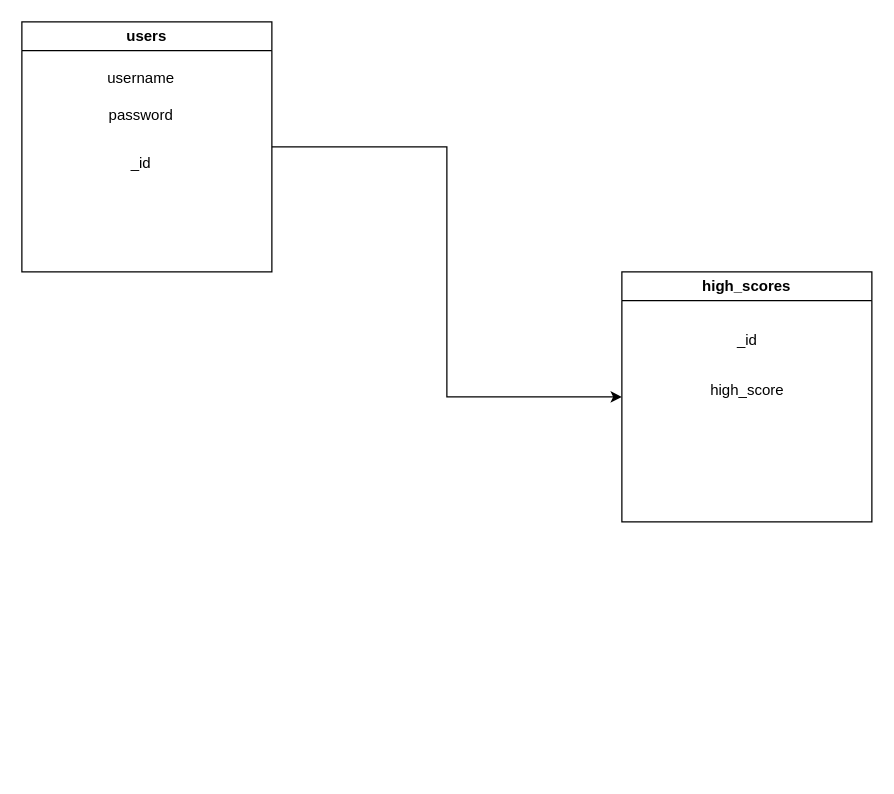
jlk31/CS-NEA keeps this draw.io diagram as docs/database_diagram.drawio. Above is the earlier version. Source tidied: cells renumbered, new cells numbered last; positions are measured from the earlier drawing's top-left corner, leaving out a move shared by most shapes. Both pictures are drawn from the tidied source at 125%, with x=0, y=0 at pixel (21, 21).
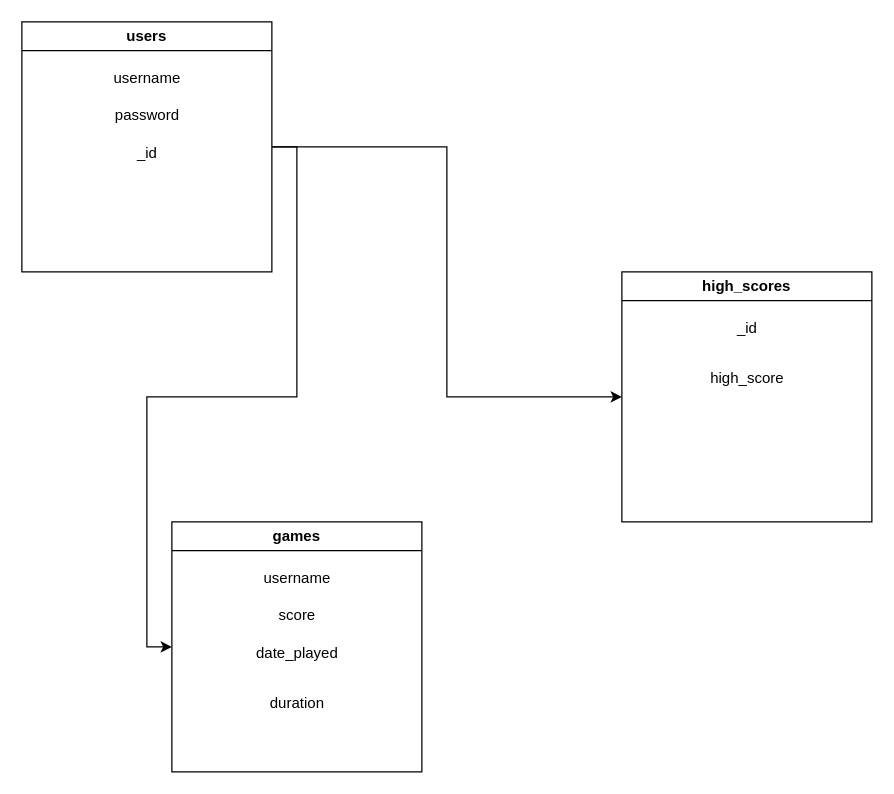
Above is the later version.

Diff of the diagram source:
```diff
@@
 <mxGraphModel>
   <root>
     <mxCell id="0" />
     <mxCell id="1" parent="0" />
     <mxCell id="2" style="edgeStyle=orthogonalEdgeStyle;rounded=0;jettySize=auto;html=1;exitX=1;exitY=0.5;exitDx=0;exitDy=0;entryX=0;entryY=0.5;entryDx=0;entryDy=0;" parent="1" edge="1" source="3" target="7">
       <mxGeometry relative="1" as="geometry" />
     </mxCell>
+    <mxCell id="10" style="edgeStyle=orthogonalEdgeStyle;rounded=0;jettySize=auto;html=1;exitX=1;exitY=0.5;exitDx=0;exitDy=0;entryX=0;entryY=0.5;entryDx=0;entryDy=0;" parent="1" edge="1" source="3" target="11">
+      <mxGeometry relative="1" as="geometry" />
+    </mxCell>
     <mxCell id="3" value="users" style="swimlane;whiteSpace=wrap;html=1;" parent="1" vertex="1">
       <mxGeometry width="200" height="200" as="geometry" />
     </mxCell>
     <mxCell id="4" value="username" style="text;html=1;align=center;verticalAlign=middle;strokeColor=none;fillColor=none;" parent="3" vertex="1">
-      <mxGeometry x="55" y="30" width="80" height="30" as="geometry" />
+      <mxGeometry x="60" y="30" width="80" height="30" as="geometry" />
     </mxCell>
     <mxCell id="5" value="password" style="text;html=1;align=center;verticalAlign=middle;strokeColor=none;fillColor=none;" parent="3" vertex="1">
-      <mxGeometry x="60" y="60" width="70" height="30" as="geometry" />
+      <mxGeometry x="65" y="60" width="70" height="30" as="geometry" />
     </mxCell>
     <mxCell id="6" value="_id" style="text;html=1;align=center;verticalAlign=middle;strokeColor=none;fillColor=none;" parent="3" vertex="1">
-      <mxGeometry x="75" y="98" width="40" height="30" as="geometry" />
+      <mxGeometry x="80" y="90" width="40" height="30" as="geometry" />
     </mxCell>
     <mxCell id="7" value="high_scores" style="swimlane;whiteSpace=wrap;html=1;" parent="1" vertex="1">
       <mxGeometry x="480" y="200" width="200" height="200" as="geometry" />
     </mxCell>
     <mxCell id="8" value="_id" style="text;html=1;align=center;verticalAlign=middle;strokeColor=none;fillColor=none;" parent="7" vertex="1">
-      <mxGeometry x="80" y="40" width="40" height="30" as="geometry" />
+      <mxGeometry x="80" y="30" width="40" height="30" as="geometry" />
     </mxCell>
     <mxCell id="9" value="high_score" style="text;html=1;align=center;verticalAlign=middle;strokeColor=none;fillColor=none;" parent="7" vertex="1">
-      <mxGeometry x="60" y="80" width="80" height="30" as="geometry" />
+      <mxGeometry x="60" y="70" width="80" height="30" as="geometry" />
     </mxCell>
+    <mxCell id="11" value="games" style="swimlane;whiteSpace=wrap;html=1;" parent="1" vertex="1">
+      <mxGeometry x="120" y="400" width="200" height="200" as="geometry" />
+    </mxCell>
+    <mxCell id="12" value="username" style="text;html=1;align=center;verticalAlign=middle;strokeColor=none;fillColor=none;" parent="11" vertex="1">
+      <mxGeometry x="60" y="30" width="80" height="30" as="geometry" />
+    </mxCell>
+    <mxCell id="13" value="score" style="text;html=1;align=center;verticalAlign=middle;strokeColor=none;fillColor=none;" parent="11" vertex="1">
+      <mxGeometry x="75" y="60" width="50" height="30" as="geometry" />
+    </mxCell>
+    <mxCell id="14" value="date_played" style="text;html=1;align=center;verticalAlign=middle;strokeColor=none;fillColor=none;" parent="11" vertex="1">
+      <mxGeometry x="55" y="90" width="90" height="30" as="geometry" />
+    </mxCell>
+    <mxCell id="15" value="duration" style="text;html=1;align=center;verticalAlign=middle;strokeColor=none;fillColor=none;" parent="11" vertex="1">
+      <mxGeometry x="65" y="130" width="70" height="30" as="geometry" />
+    </mxCell>
   </root>
 </mxGraphModel>
```
